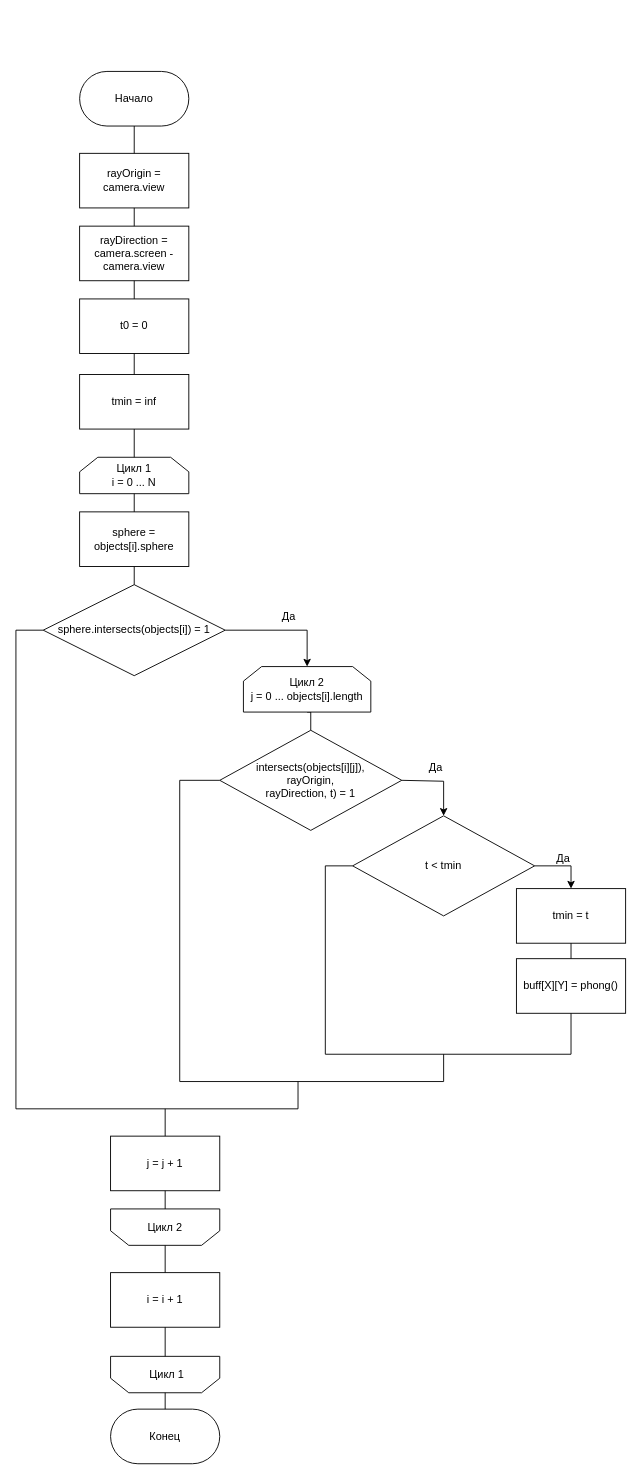
Earlier version of the draw.io diagram page "Страница — 4" (4 of 5) of docs/report/CG_UML.drawio (Slindess/CG_COURSE). Source tidied: cells renumbered, new cells numbered last; positions are measured from the earlier drawing's top-left corner, leaving out a move shared by most shapes. Both pictures are drawn from the tidied source at 91%, with x=0, y=0 at pixel (15, 71).
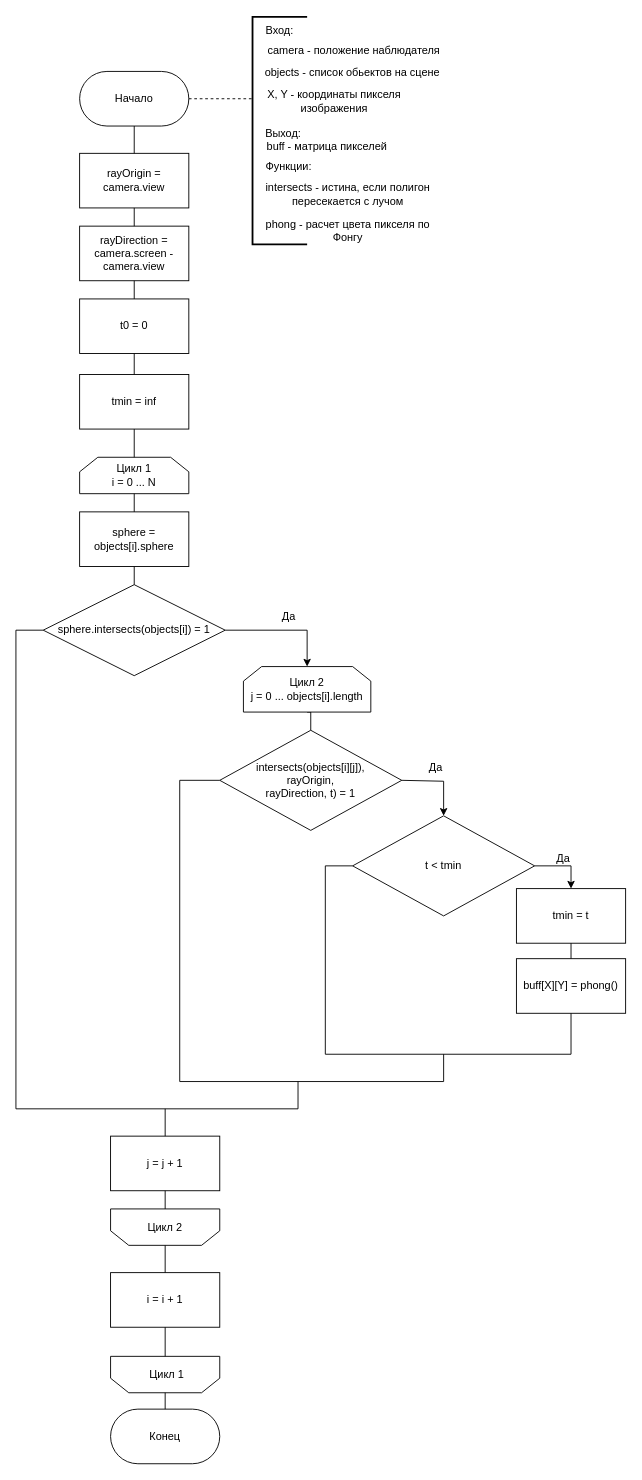
The same diagram, later.

The change refers to these unchanged cells:
```xml
<mxCell id="2" value="Начало" style="rounded=1;whiteSpace=wrap;html=1;arcSize=50;" parent="1" vertex="1">
  <mxGeometry x="70" width="120" height="60" as="geometry" />
</mxCell>
```

What changed in the source:
```diff
@@
+    <mxCell id="51" style="strokeWidth=2;html=1;shape=mxgraph.flowchart.annotation_1;align=left;" parent="1" vertex="1">
+      <mxGeometry x="260" y="-60" width="60" height="250" as="geometry" />
+    </mxCell>
+    <mxCell id="52" value="&lt;span style=&quot;text-align: left; text-wrap: nowrap;&quot;&gt;&amp;nbsp;camera - положение наблюдателя&lt;/span&gt;" style="text;html=1;align=center;verticalAlign=middle;whiteSpace=wrap;rounded=0;" parent="1" vertex="1">
+      <mxGeometry x="340" y="-38" width="60" height="30" as="geometry" />
+    </mxCell>
+    <mxCell id="53" value="&lt;span style=&quot;text-align: left; text-wrap: nowrap;&quot;&gt;objects - список обьектов на сцене&lt;/span&gt;" style="text;html=1;align=center;verticalAlign=middle;whiteSpace=wrap;rounded=0;" parent="1" vertex="1">
+      <mxGeometry x="340" y="-14" width="60" height="30" as="geometry" />
+    </mxCell>
+    <mxCell id="54" value="X, Y - координаты пикселя изображения" style="text;html=1;align=center;verticalAlign=middle;whiteSpace=wrap;rounded=0;" parent="1" vertex="1">
+      <mxGeometry x="250" y="18" width="200" height="30" as="geometry" />
+    </mxCell>
+    <mxCell id="55" value="&lt;span style=&quot;text-align: left; text-wrap: nowrap;&quot;&gt;buff - матрица пикселей&lt;/span&gt;" style="text;html=1;align=center;verticalAlign=middle;whiteSpace=wrap;rounded=0;" parent="1" vertex="1">
+      <mxGeometry x="312" y="68" width="60" height="30" as="geometry" />
+    </mxCell>
+    <mxCell id="56" value="Вход:" style="text;html=1;align=center;verticalAlign=middle;whiteSpace=wrap;rounded=0;" parent="1" vertex="1">
+      <mxGeometry x="260" y="-60" width="60" height="30" as="geometry" />
+    </mxCell>
+    <mxCell id="57" value="Выход:" style="text;html=1;align=center;verticalAlign=middle;whiteSpace=wrap;rounded=0;" parent="1" vertex="1">
+      <mxGeometry x="264" y="54" width="60" height="30" as="geometry" />
+    </mxCell>
+    <mxCell id="58" style="edgeStyle=orthogonalEdgeStyle;rounded=0;orthogonalLoop=1;jettySize=auto;html=1;exitX=0.5;exitY=1;exitDx=0;exitDy=0;exitPerimeter=0;" parent="1" edge="1" source="51" target="51">
+      <mxGeometry relative="1" as="geometry" />
+    </mxCell>
+    <mxCell id="59" style="endArrow=none;dashed=1;html=1;rounded=0;entryX=0.05;entryY=0.4;entryDx=0;entryDy=0;exitX=1;exitY=0.5;exitDx=0;exitDy=0;entryPerimeter=0;" parent="1" edge="1" source="2" target="54">
+      <mxGeometry relative="1" as="geometry" />
+    </mxCell>
+    <mxCell id="60" value="Функции:" style="text;html=1;align=center;verticalAlign=middle;whiteSpace=wrap;rounded=0;" parent="1" vertex="1">
+      <mxGeometry x="270" y="90" width="60" height="30" as="geometry" />
+    </mxCell>
+    <mxCell id="61" value="intersects - истина, если полигон пересекается с лучом" style="text;html=1;align=center;verticalAlign=middle;whiteSpace=wrap;rounded=0;" parent="1" vertex="1">
+      <mxGeometry x="270" y="120" width="190" height="30" as="geometry" />
+    </mxCell>
+    <mxCell id="62" value="phong - расчет цвета пикселя по Фонгу" style="text;html=1;align=center;verticalAlign=middle;whiteSpace=wrap;rounded=0;" parent="1" vertex="1">
+      <mxGeometry x="270" y="160" width="190" height="30" as="geometry" />
+    </mxCell>
```
